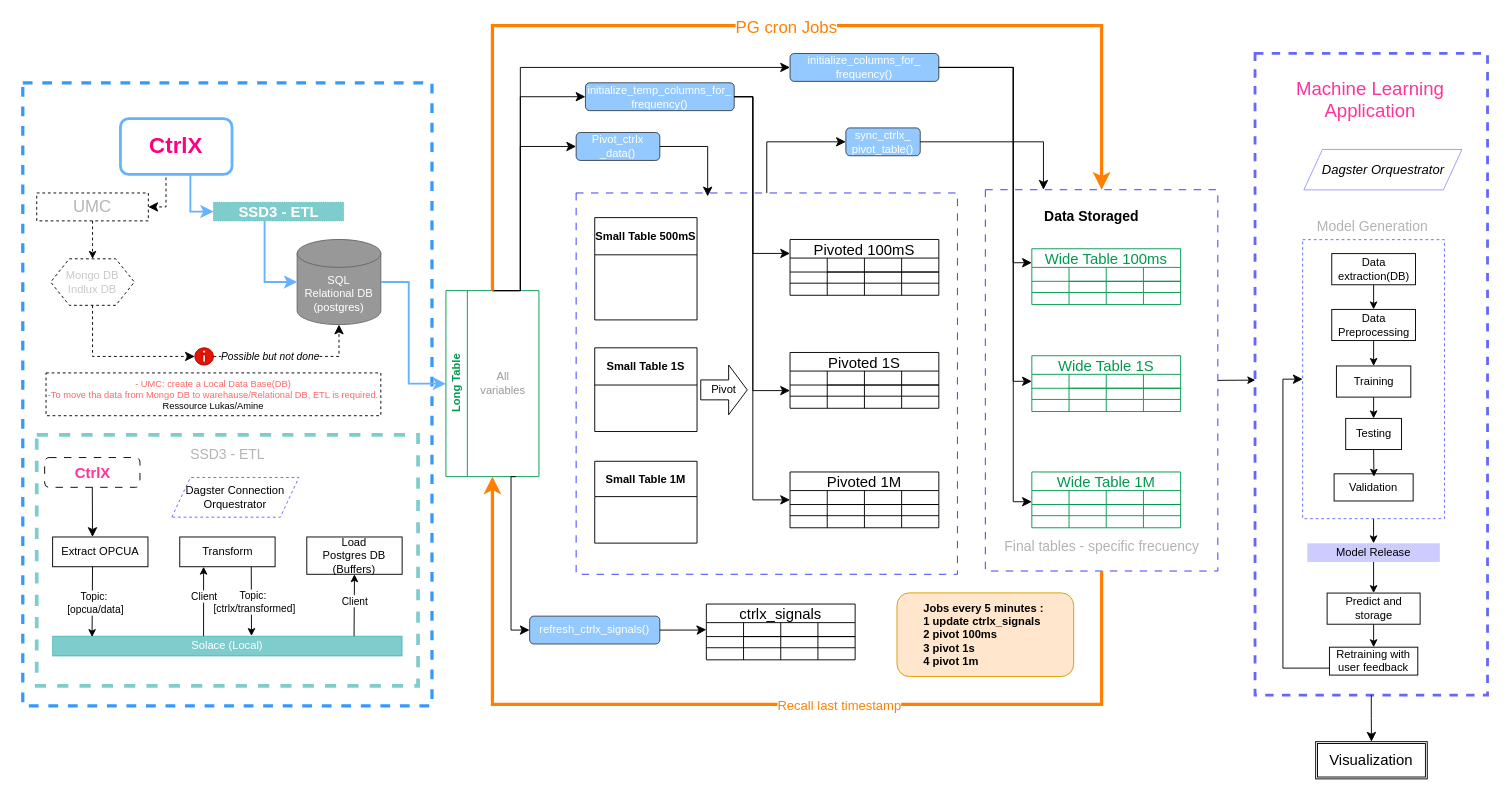
Earlier version of the draw.io diagram images/dataflows.drawio (manuelcaipocc/anomaly-detection-hydraulic-systems). Source tidied: cells renumbered, new cells numbered last; positions are measured from the earlier drawing's top-left corner, leaving out a move shared by most shapes. Both pictures are drawn from the tidied source at 93%, with x=0, y=0 at pixel (22, 25).
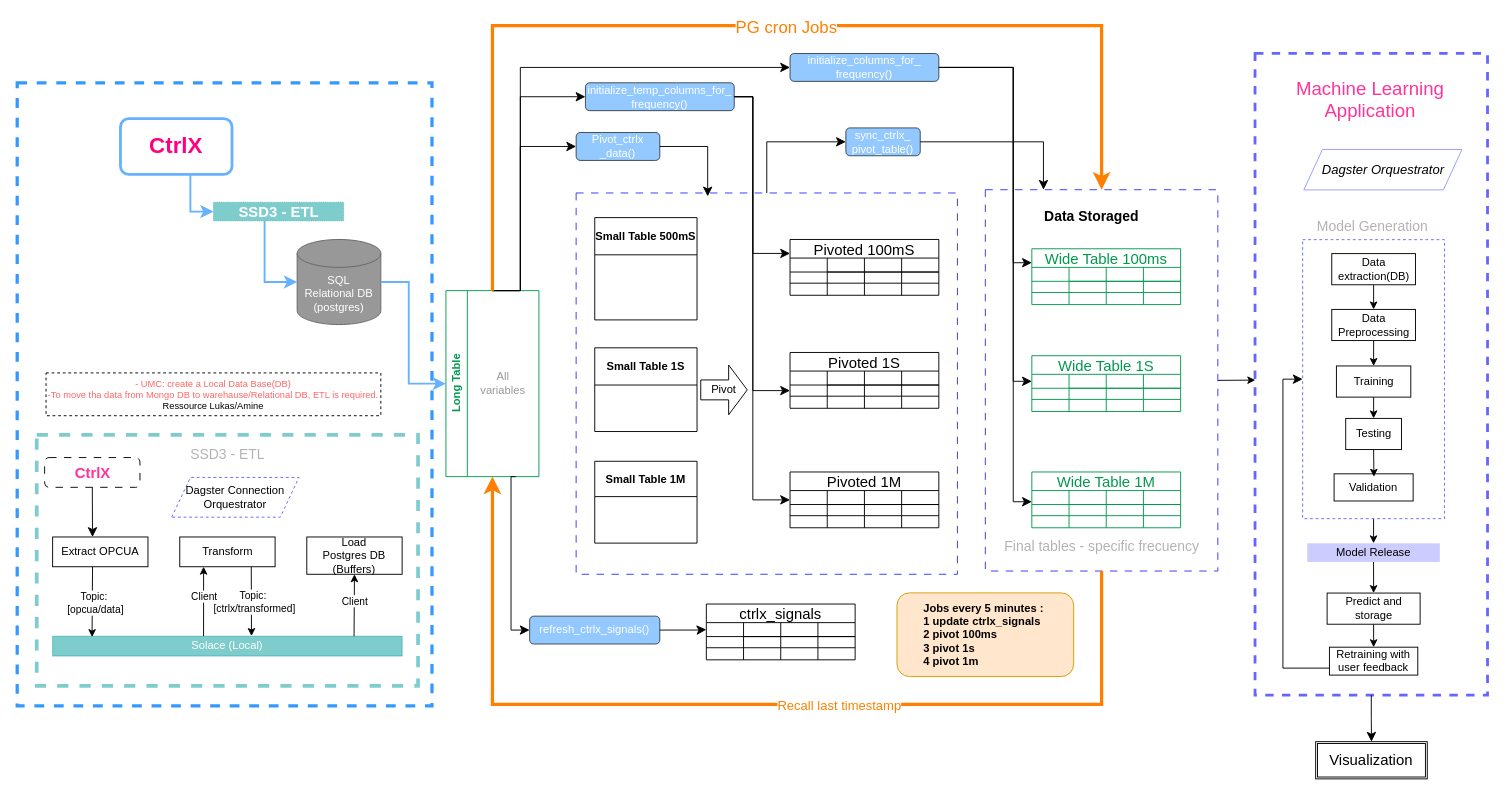
The same diagram, later.

Unchanged cells that the change refers to:
```xml
<mxCell id="97" value="&lt;font style=&quot;color: rgb(255, 255, 255);&quot;&gt;SQL &lt;br&gt;Relational DB&lt;br&gt;(postgres)&lt;/font&gt;" style="shape=cylinder3;whiteSpace=wrap;html=1;boundedLbl=1;backgroundOutline=1;size=15;fillColor=#989898;fontColor=#333333;strokeColor=#666666;" parent="1" vertex="1">
  <mxGeometry x="295" y="230" width="90" height="91.5" as="geometry" />
</mxCell>
```

Diff of the diagram source:
```diff
@@
+    <mxCell id="3" style="rounded=0;whiteSpace=wrap;html=1;strokeColor=#3399FF;strokeWidth=3.5;dashed=1;" parent="1" vertex="1">
+      <mxGeometry x="-6" y="61.5" width="446" height="670" as="geometry" />
+    </mxCell>
@@
-    <mxCell id="3" style="rounded=0;whiteSpace=wrap;html=1;strokeColor=#3399FF;strokeWidth=3.5;dashed=1;" parent="1" vertex="1">
-      <mxGeometry y="61.5" width="440" height="670" as="geometry" />
-    </mxCell>
@@
-    <mxCell id="94" style="edgeStyle=none;html=1;exitX=0.5;exitY=1;exitDx=0;exitDy=0;entryX=0.5;entryY=0;entryDx=0;entryDy=0;dashed=1;" parent="1" edge="1" source="95" target="96">
-      <mxGeometry relative="1" as="geometry" />
-    </mxCell>
-    <mxCell id="95" value="&lt;font style=&quot;font-size: 18px; color: rgb(181, 181, 181);&quot;&gt;UMC&lt;/font&gt;" style="rounded=0;whiteSpace=wrap;html=1;dashed=1;" parent="1" vertex="1">
-      <mxGeometry x="15" y="180" width="120" height="30" as="geometry" />
-    </mxCell>
-    <mxCell id="96" value="&lt;font style=&quot;color: rgb(201, 201, 201);&quot;&gt;Mongo DB&lt;br&gt;Indlux DB&lt;/font&gt;" style="shape=hexagon;perimeter=hexagonPerimeter2;whiteSpace=wrap;html=1;fixedSize=1;dashed=1;" parent="1" vertex="1">
-      <mxGeometry x="30" y="250.8" width="90" height="50" as="geometry" />
-    </mxCell>
@@
-    <mxCell id="100" style="edgeStyle=elbowEdgeStyle;elbow=horizontal;endArrow=classic;html=1;curved=0;rounded=0;endSize=8;startSize=8;entryX=1;entryY=0.5;entryDx=0;entryDy=0;exitX=0.316;exitY=1.002;exitDx=0;exitDy=0;exitPerimeter=0;dashed=1;" parent="1" edge="1" target="95">
-      <mxGeometry relative="1" as="geometry">
-        <mxPoint x="152.5" y="158.8" as="sourcePoint" />
-        <Array as="points">
-          <mxPoint x="154" y="200" />
-        </Array>
-      </mxGeometry>
-    </mxCell>
@@
-    <mxCell id="102" style="sketch=0;shadow=0;dashed=0;html=1;strokeColor=#B20000;labelPosition=center;verticalLabelPosition=bottom;verticalAlign=top;align=center;fillColor=#e51400;shape=mxgraph.mscae.intune.alerts;fontColor=#ffffff;" parent="1" vertex="1">
-      <mxGeometry x="185" y="346.5" width="20" height="18.5" as="geometry" />
-    </mxCell>
-    <mxCell id="103" style="edgeStyle=elbowEdgeStyle;elbow=horizontal;endArrow=classic;html=1;curved=0;rounded=0;endSize=8;startSize=8;entryX=0;entryY=0.5;entryDx=0;entryDy=0;entryPerimeter=0;dashed=1;exitX=0.5;exitY=1;exitDx=0;exitDy=0;" parent="1" edge="1" source="96" target="102">
-      <mxGeometry relative="1" as="geometry">
-        <Array as="points">
-          <mxPoint x="75" y="330" />
-        </Array>
-      </mxGeometry>
-    </mxCell>
-    <mxCell id="104" style="edgeStyle=elbowEdgeStyle;elbow=horizontal;endArrow=classic;html=1;curved=0;rounded=0;endSize=8;startSize=8;exitX=1;exitY=0.5;exitDx=0;exitDy=0;entryX=0.5;entryY=1;entryDx=0;entryDy=0;entryPerimeter=0;exitPerimeter=0;dashed=1;" parent="1" edge="1" source="102" target="97">
-      <mxGeometry relative="1" as="geometry">
-        <Array as="points">
-          <mxPoint x="340" y="350" />
-        </Array>
-      </mxGeometry>
-    </mxCell>
-    <mxCell id="105" value="&lt;i&gt;Possible but not done&lt;/i&gt;" style="edgeLabel;html=1;align=center;verticalAlign=middle;" parent="104" vertex="1">
-      <mxGeometry x="-0.78" y="2" relative="1" as="geometry">
-        <mxPoint x="41" y="2" as="offset" />
-      </mxGeometry>
-    </mxCell>
```
